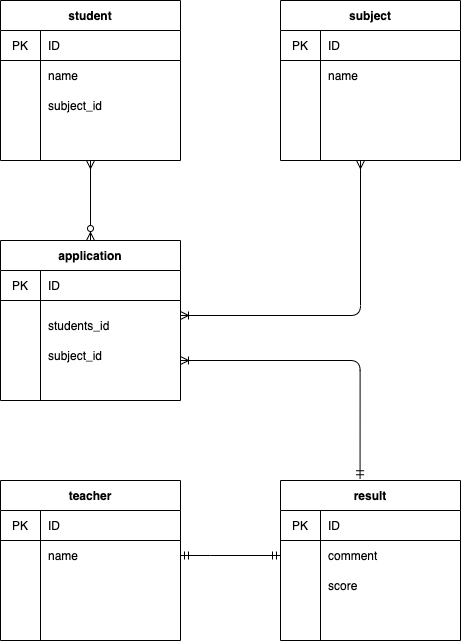
The draw.io diagram index.drawio.png in haruhai/ertest, before a commit. Source tidied: cells renumbered, new cells last; positions are measured from the earlier drawing's top-left corner, leaving out a move shared by most shapes.
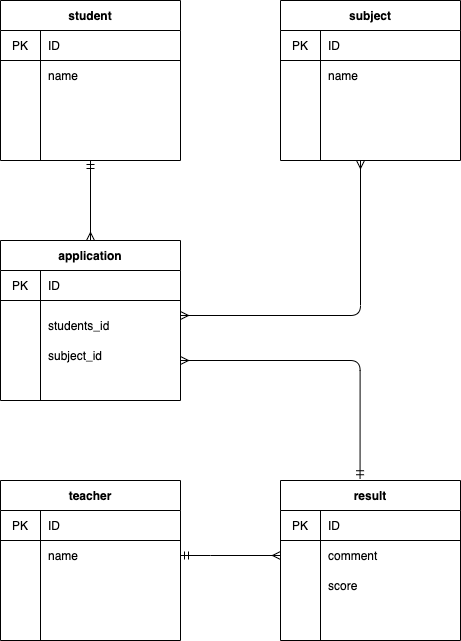
The same file after the commit.

Change to the diagram source:
```diff
@@ -32,7 +32,7 @@
     <mxCell id="11" style="shape=partialRectangle;html=1;whiteSpace=wrap;fillColor=none;top=0;left=0;bottom=0;right=0;align=left;spacingLeft=6;overflow=hidden;" parent="9" vertex="1">
       <mxGeometry x="40" width="140" height="30" as="geometry" />
     </mxCell>
-    <mxCell id="12" style="edgeStyle=orthogonalEdgeStyle;rounded=0;jettySize=auto;html=1;exitX=0.5;exitY=1;exitDx=0;exitDy=0;entryX=0.5;entryY=0;entryDx=0;entryDy=0;endArrow=ERzeroToMany;endFill=1;startArrow=ERmany;startFill=0;" parent="1" edge="1" source="13" target="2">
+    <mxCell id="12" style="edgeStyle=orthogonalEdgeStyle;rounded=0;jettySize=auto;html=1;exitX=0.5;exitY=1;exitDx=0;exitDy=0;entryX=0.5;entryY=0;entryDx=0;entryDy=0;endArrow=ERmany;endFill=0;startArrow=ERmandOne;startFill=0;" parent="1" edge="1" source="13" target="2">
       <mxGeometry relative="1" as="geometry" />
     </mxCell>
     <mxCell id="13" value="student" style="shape=table;startSize=30;rowLines=0;fontStyle=1;align=center;" parent="1" vertex="1">
@@ -62,7 +62,7 @@
     <mxCell id="21" style="shape=partialRectangle;html=1;whiteSpace=wrap;fillColor=none;top=0;left=0;bottom=0;right=0;overflow=hidden;" parent="20" vertex="1">
       <mxGeometry width="40" height="30" as="geometry" />
     </mxCell>
-    <mxCell id="22" value="subject_id" style="shape=partialRectangle;html=1;whiteSpace=wrap;fillColor=none;top=0;left=0;bottom=0;right=0;align=left;spacingLeft=6;overflow=hidden;" parent="20" vertex="1">
+    <mxCell id="22" style="shape=partialRectangle;html=1;whiteSpace=wrap;fillColor=none;top=0;left=0;bottom=0;right=0;align=left;spacingLeft=6;overflow=hidden;" parent="20" vertex="1">
       <mxGeometry x="40" width="140" height="30" as="geometry" />
     </mxCell>
     <mxCell id="23" value="teacher" style="shape=table;startSize=30;rowLines=0;fontStyle=1;align=center;" parent="1" vertex="1">
@@ -158,7 +158,7 @@
     <mxCell id="53" value="students_id" style="shape=partialRectangle;html=1;whiteSpace=wrap;fillColor=none;top=0;left=0;bottom=0;right=0;align=left;spacingLeft=6;overflow=hidden;" parent="1" vertex="1">
       <mxGeometry x="40" y="310" width="140" height="30" as="geometry" />
     </mxCell>
-    <mxCell id="54" style="edgeStyle=orthogonalEdgeStyle;rounded=0;jettySize=auto;html=1;exitX=1;exitY=0.5;exitDx=0;exitDy=0;entryX=0;entryY=0.5;entryDx=0;entryDy=0;endArrow=ERmandOne;endFill=0;startArrow=ERmandOne;startFill=0;" parent="1" edge="1" source="27" target="47">
+    <mxCell id="54" style="edgeStyle=orthogonalEdgeStyle;rounded=0;jettySize=auto;html=1;exitX=1;exitY=0.5;exitDx=0;exitDy=0;entryX=0;entryY=0.5;entryDx=0;entryDy=0;endArrow=ERmany;endFill=0;startArrow=ERmandOne;startFill=0;" parent="1" edge="1" source="27" target="47">
       <mxGeometry relative="1" as="geometry">
         <Array as="points">
           <mxPoint x="210" y="555" />
@@ -169,7 +169,7 @@
     <mxCell id="55" value="subject_id" style="shape=partialRectangle;html=1;whiteSpace=wrap;fillColor=none;top=0;left=0;bottom=0;right=0;align=left;spacingLeft=6;overflow=hidden;" parent="1" vertex="1">
       <mxGeometry x="40" y="340" width="140" height="30" as="geometry" />
     </mxCell>
-    <mxCell id="56" style="edgeStyle=segmentEdgeStyle;endArrow=ERmany;html=1;endFill=0;startArrow=ERoneToMany;startFill=0;exitX=1;exitY=0.5;exitDx=0;exitDy=0;" parent="1" edge="1" source="6">
+    <mxCell id="56" style="edgeStyle=segmentEdgeStyle;endArrow=ERmany;html=1;endFill=0;startArrow=ERmany;startFill=0;exitX=1;exitY=0.5;exitDx=0;exitDy=0;" parent="1" edge="1" source="6">
       <mxGeometry relative="1" as="geometry">
         <mxPoint x="360" y="160" as="targetPoint" />
         <Array as="points">
@@ -177,7 +177,7 @@
         </Array>
       </mxGeometry>
     </mxCell>
-    <mxCell id="57" style="edgeStyle=segmentEdgeStyle;endArrow=ERmandOne;html=1;entryX=0.442;entryY=-0.011;entryDx=0;entryDy=0;entryPerimeter=0;startArrow=ERoneToMany;startFill=0;endFill=0;" parent="1" edge="1" target="43">
+    <mxCell id="57" style="edgeStyle=segmentEdgeStyle;endArrow=ERmandOne;html=1;entryX=0.442;entryY=-0.011;entryDx=0;entryDy=0;entryPerimeter=0;startArrow=ERmany;startFill=0;endFill=0;" parent="1" edge="1" target="43">
       <mxGeometry relative="1" as="geometry">
         <mxPoint x="180" y="360" as="sourcePoint" />
       </mxGeometry>
```
